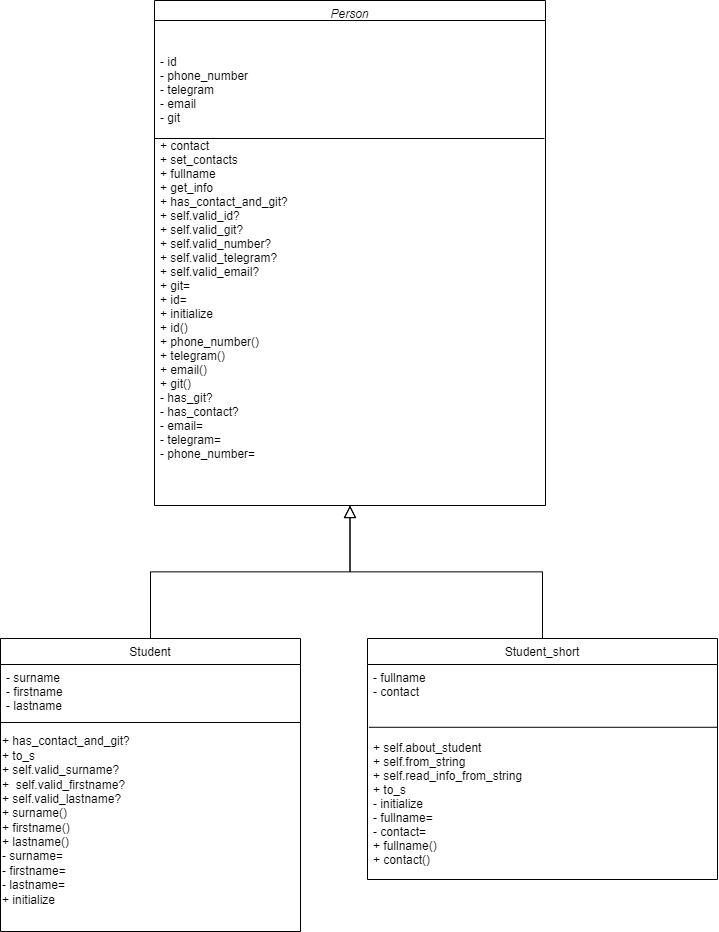
Earlier version of the draw.io export Student/Diagramm_classes.png (zhuravlev0063/Ruby). Source tidied: cells renumbered, new cells last; positions are measured from the earlier drawing's top-left corner, leaving out a move shared by most shapes.
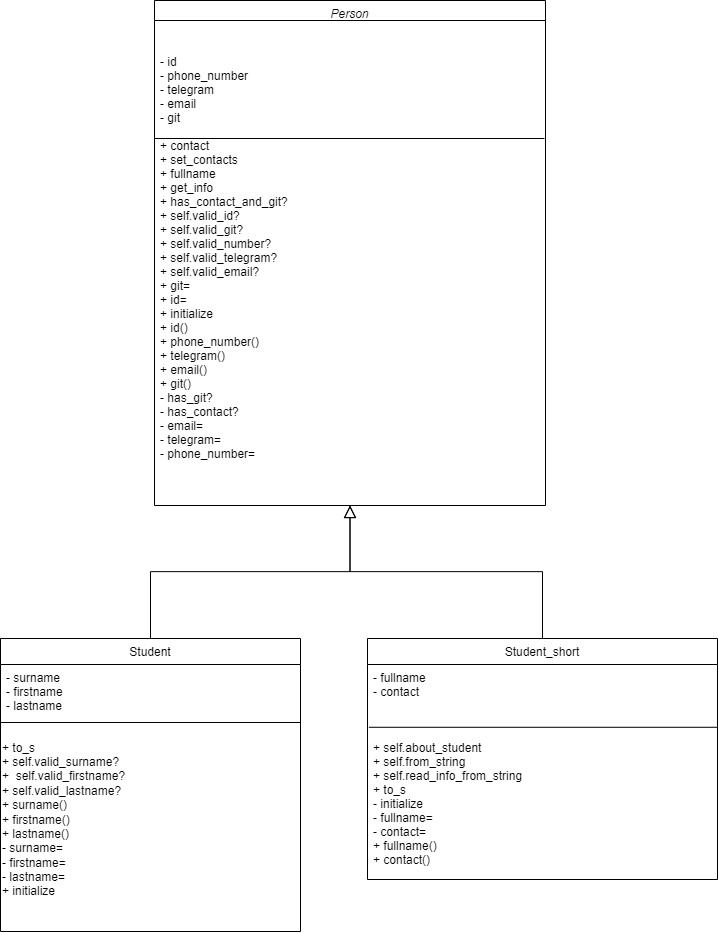
Above is the later version.

Change to the diagram source:
```diff
@@ -23,7 +23,7 @@
     <mxCell id="7" style="line;html=1;strokeWidth=1;align=left;verticalAlign=middle;spacingTop=-1;spacingLeft=3;spacingRight=3;labelPosition=right;" parent="5" vertex="1">
       <mxGeometry y="80" width="300" height="8" as="geometry" />
     </mxCell>
-    <mxCell id="8" value="&lt;div&gt;&lt;br&gt;&lt;/div&gt;+ has_contact_and_git?&lt;div&gt;+ to_s&lt;/div&gt;&lt;div&gt;+ self.valid_surname?&lt;/div&gt;&lt;div&gt;+&amp;nbsp;&lt;span style=&quot;text-wrap: nowrap; background-color: initial;&quot;&gt;&amp;nbsp;self.valid_firstname?&lt;/span&gt;&lt;/div&gt;&lt;div&gt;&lt;span style=&quot;text-wrap: nowrap;&quot;&gt;+ self.valid_lastname?&lt;/span&gt;&lt;span style=&quot;text-wrap: nowrap; background-color: initial;&quot;&gt;&lt;br&gt;&lt;/span&gt;&lt;/div&gt;&lt;div&gt;&lt;div&gt;&lt;span style=&quot;text-wrap: nowrap;&quot;&gt;+ surname()&lt;/span&gt;&lt;span style=&quot;text-wrap: nowrap;&quot;&gt;&lt;br&gt;&lt;/span&gt;&lt;/div&gt;&lt;div&gt;&lt;span style=&quot;text-wrap: nowrap;&quot;&gt;+ firstname()&lt;/span&gt;&lt;/div&gt;&lt;div&gt;&lt;span style=&quot;text-wrap: nowrap;&quot;&gt;+ lastname()&lt;/span&gt;&lt;/div&gt;&lt;/div&gt;&lt;div&gt;&lt;span style=&quot;text-wrap: nowrap;&quot;&gt;- surname=&lt;/span&gt;&lt;span style=&quot;text-wrap: nowrap;&quot;&gt;&lt;br&gt;&lt;/span&gt;&lt;/div&gt;&lt;div&gt;&lt;span style=&quot;text-wrap: nowrap;&quot;&gt;- firstname=&lt;/span&gt;&lt;/div&gt;&lt;div&gt;&lt;span style=&quot;text-wrap: nowrap;&quot;&gt;- lastname=&lt;/span&gt;&lt;/div&gt;&lt;div&gt;&lt;span style=&quot;background-color: initial; text-wrap: nowrap;&quot;&gt;+&amp;nbsp;&lt;/span&gt;&lt;span style=&quot;background-color: initial; text-wrap: nowrap;&quot;&gt;initialize&lt;/span&gt;&lt;br&gt;&lt;/div&gt;" style="text;html=1;align=left;verticalAlign=middle;whiteSpace=wrap;rounded=0;" parent="5" vertex="1">
+    <mxCell id="8" value="&lt;div&gt;&lt;br&gt;&lt;/div&gt;&lt;div&gt;+ to_s&lt;/div&gt;&lt;div&gt;+ self.valid_surname?&lt;/div&gt;&lt;div&gt;+&amp;nbsp;&lt;span style=&quot;text-wrap: nowrap; background-color: initial;&quot;&gt;&amp;nbsp;self.valid_firstname?&lt;/span&gt;&lt;/div&gt;&lt;div&gt;&lt;span style=&quot;text-wrap: nowrap;&quot;&gt;+ self.valid_lastname?&lt;/span&gt;&lt;span style=&quot;text-wrap: nowrap; background-color: initial;&quot;&gt;&lt;br&gt;&lt;/span&gt;&lt;/div&gt;&lt;div&gt;&lt;div&gt;&lt;span style=&quot;text-wrap: nowrap;&quot;&gt;+ surname()&lt;/span&gt;&lt;span style=&quot;text-wrap: nowrap;&quot;&gt;&lt;br&gt;&lt;/span&gt;&lt;/div&gt;&lt;div&gt;&lt;span style=&quot;text-wrap: nowrap;&quot;&gt;+ firstname()&lt;/span&gt;&lt;/div&gt;&lt;div&gt;&lt;span style=&quot;text-wrap: nowrap;&quot;&gt;+ lastname()&lt;/span&gt;&lt;/div&gt;&lt;/div&gt;&lt;div&gt;&lt;span style=&quot;text-wrap: nowrap;&quot;&gt;- surname=&lt;/span&gt;&lt;span style=&quot;text-wrap: nowrap;&quot;&gt;&lt;br&gt;&lt;/span&gt;&lt;/div&gt;&lt;div&gt;&lt;span style=&quot;text-wrap: nowrap;&quot;&gt;- firstname=&lt;/span&gt;&lt;/div&gt;&lt;div&gt;&lt;span style=&quot;text-wrap: nowrap;&quot;&gt;- lastname=&lt;/span&gt;&lt;/div&gt;&lt;div&gt;&lt;span style=&quot;background-color: initial; text-wrap: nowrap;&quot;&gt;+&amp;nbsp;&lt;/span&gt;&lt;span style=&quot;background-color: initial; text-wrap: nowrap;&quot;&gt;initialize&lt;/span&gt;&lt;br&gt;&lt;/div&gt;" style="text;html=1;align=left;verticalAlign=middle;whiteSpace=wrap;rounded=0;" parent="5" vertex="1">
       <mxGeometry y="88" width="300" height="173" as="geometry" />
     </mxCell>
     <mxCell id="9" style="endArrow=block;endSize=10;endFill=0;shadow=0;strokeWidth=1;rounded=0;curved=0;edgeStyle=elbowEdgeStyle;elbow=vertical;" parent="1" edge="1" source="5" target="2">
```
